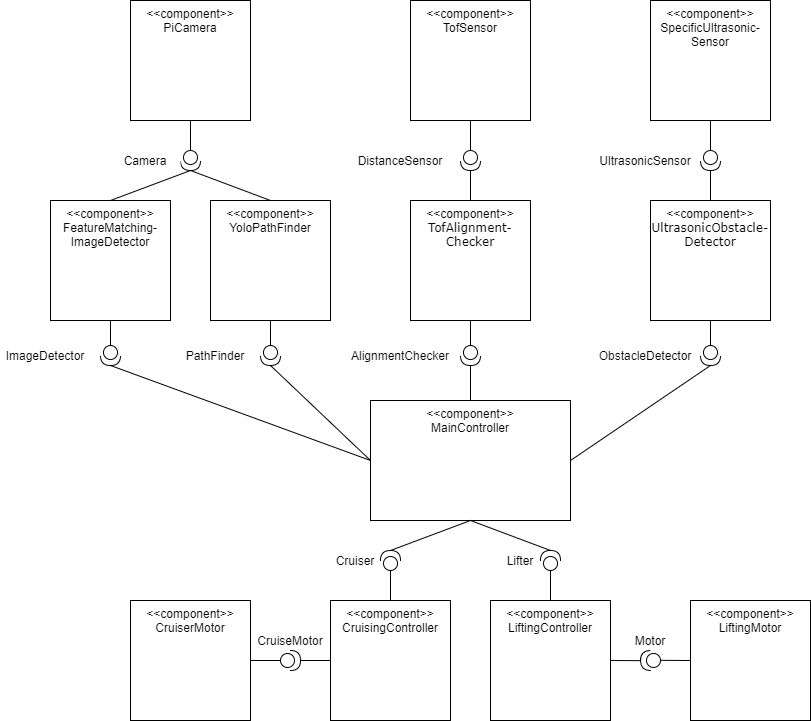
Earlier version of the draw.io export img/softwarearchitektur/Softwarearchitektur.png (randombenj/hslu-pren2-doc). Source tidied: cells renumbered, new cells last; positions are measured from the earlier drawing's top-left corner, leaving out a move shared by most shapes.
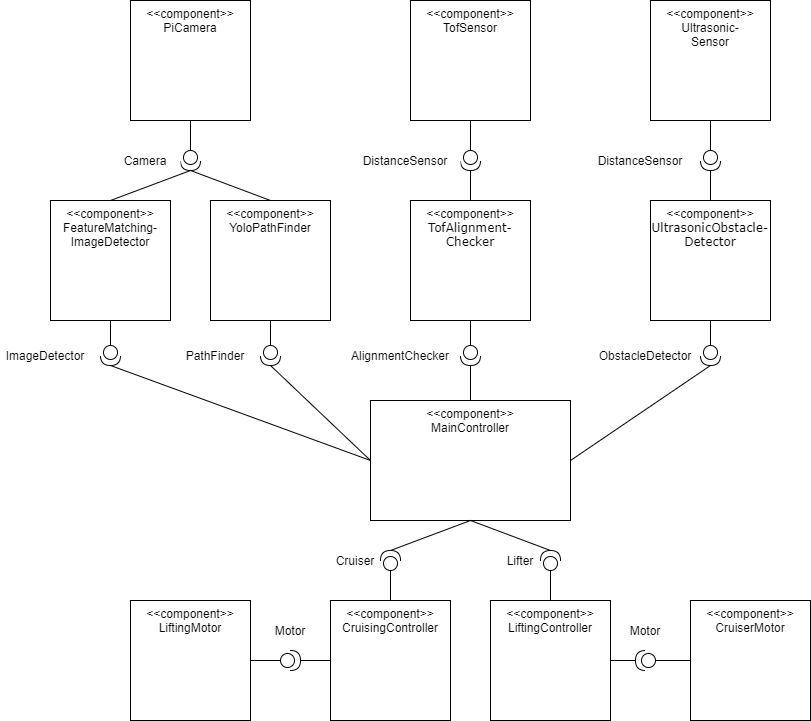
The same diagram one commit later.

The edit, as a diff of the source:
```diff
@@ -23,9 +23,6 @@
     <mxCell id="8" value="Lifter" style="text;html=1;strokeColor=none;fillColor=none;align=center;verticalAlign=middle;whiteSpace=wrap;rounded=0;" parent="1" vertex="1">
       <mxGeometry x="500" y="550" width="40" height="20" as="geometry" />
     </mxCell>
-    <mxCell id="9" value="CruiseMotor" style="text;html=1;strokeColor=none;fillColor=none;align=center;verticalAlign=middle;whiteSpace=wrap;rounded=0;" parent="1" vertex="1">
-      <mxGeometry x="265" y="630" width="50" height="20" as="geometry" />
-    </mxCell>
     <mxCell id="10" style="edgeStyle=none;rounded=0;jettySize=auto;html=1;entryX=0;entryY=0.5;entryDx=0;entryDy=0;entryPerimeter=0;endArrow=none;endFill=0;" parent="1" edge="1" source="12" target="19">
       <mxGeometry relative="1" as="geometry" />
     </mxCell>
@@ -68,9 +65,6 @@
     <mxCell id="23" style="shape=providedRequiredInterface;html=1;verticalLabelPosition=bottom;rotation=90;" parent="1" vertex="1">
       <mxGeometry x="700" y="345" width="20" height="20" as="geometry" />
     </mxCell>
-    <mxCell id="24" style="edgeStyle=none;rounded=0;jettySize=auto;html=1;exitX=1;exitY=0.5;exitDx=0;exitDy=0;entryX=1;entryY=0.5;entryDx=0;entryDy=0;entryPerimeter=0;endArrow=none;endFill=0;" parent="1" edge="1" source="25" target="58">
-      <mxGeometry relative="1" as="geometry" />
-    </mxCell>
     <mxCell id="25" value="&amp;lt;&amp;lt;component&amp;gt;&amp;gt;&lt;br&gt;LiftingController" style="rounded=0;whiteSpace=wrap;html=1;verticalAlign=top;" parent="1" vertex="1">
       <mxGeometry x="490" y="600" width="120" height="120" as="geometry" />
     </mxCell>
@@ -80,9 +74,6 @@
     <mxCell id="27" style="edgeStyle=none;rounded=0;jettySize=auto;html=1;entryX=1;entryY=0.5;entryDx=0;entryDy=0;entryPerimeter=0;endArrow=none;endFill=0;exitX=0.5;exitY=1;exitDx=0;exitDy=0;" parent="1" edge="1" source="3" target="7">
       <mxGeometry relative="1" as="geometry" />
     </mxCell>
-    <mxCell id="28" value="UltrasonicSensor" style="text;html=1;align=center;verticalAlign=middle;whiteSpace=wrap;rounded=0;fillColor=#ffffff;" parent="1" vertex="1">
-      <mxGeometry x="590" y="150" width="110" height="20" as="geometry" />
-    </mxCell>
     <mxCell id="29" value="PathFinder" style="text;html=1;align=center;verticalAlign=middle;whiteSpace=wrap;rounded=0;fillColor=#ffffff;" parent="1" vertex="1">
       <mxGeometry x="180" y="345" width="70" height="20" as="geometry" />
     </mxCell>
@@ -92,9 +83,6 @@
     <mxCell id="31" value="ObstacleDetector" style="text;html=1;align=center;verticalAlign=middle;whiteSpace=wrap;rounded=0;fillColor=#ffffff;" parent="1" vertex="1">
       <mxGeometry x="595" y="345" width="100" height="20" as="geometry" />
     </mxCell>
-    <mxCell id="32" style="edgeStyle=none;rounded=0;jettySize=auto;html=1;exitX=0;exitY=0.5;exitDx=0;exitDy=0;entryX=1;entryY=0.5;entryDx=0;entryDy=0;entryPerimeter=0;endArrow=none;endFill=0;" parent="1" edge="1" source="33" target="56">
-      <mxGeometry relative="1" as="geometry" />
-    </mxCell>
     <mxCell id="33" value="&amp;lt;&amp;lt;component&amp;gt;&amp;gt;&lt;br&gt;CruisingController" style="rounded=0;whiteSpace=wrap;html=1;verticalAlign=top;" parent="1" vertex="1">
       <mxGeometry x="330" y="600" width="120" height="120" as="geometry" />
     </mxCell>
@@ -136,7 +124,7 @@
     <mxCell id="45" style="edgeStyle=none;rounded=0;jettySize=auto;html=1;entryX=0;entryY=0.5;entryDx=0;entryDy=0;entryPerimeter=0;endArrow=none;endFill=0;" parent="1" edge="1" source="46" target="50">
       <mxGeometry relative="1" as="geometry" />
     </mxCell>
-    <mxCell id="46" value="&amp;lt;&amp;lt;component&amp;gt;&amp;gt;&lt;br&gt;SpecificUltrasonic-&lt;br&gt;Sensor" style="rounded=0;whiteSpace=wrap;html=1;verticalAlign=top;" parent="1" vertex="1">
+    <mxCell id="46" value="&amp;lt;&amp;lt;component&amp;gt;&amp;gt;&lt;br&gt;Ultrasonic-&lt;br&gt;Sensor" style="rounded=0;whiteSpace=wrap;html=1;verticalAlign=top;" parent="1" vertex="1">
       <mxGeometry x="650" width="120" height="120" as="geometry" />
     </mxCell>
     <mxCell id="47" style="edgeStyle=none;rounded=0;jettySize=auto;html=1;exitX=1;exitY=0.5;exitDx=0;exitDy=0;exitPerimeter=0;entryX=0.5;entryY=0;entryDx=0;entryDy=0;endArrow=none;endFill=0;" parent="1" edge="1" source="48" target="14">
@@ -155,31 +143,43 @@
       <mxGeometry x="345" y="345" width="110" height="20" as="geometry" />
     </mxCell>
     <mxCell id="52" value="DistanceSensor" style="text;html=1;align=center;verticalAlign=middle;whiteSpace=wrap;rounded=0;fillColor=#ffffff;" parent="1" vertex="1">
-      <mxGeometry x="345" y="150" width="110" height="20" as="geometry" />
+      <mxGeometry x="585" y="150" width="110" height="20" as="geometry" />
     </mxCell>
+    <mxCell id="61" style="edgeStyle=none;rounded=0;jettySize=auto;html=1;exitX=0;exitY=0.5;exitDx=0;exitDy=0;entryX=0;entryY=0.5;entryDx=0;entryDy=0;entryPerimeter=0;endArrow=none;endFill=0;" parent="1" edge="1" source="53" target="58">
+      <mxGeometry relative="1" as="geometry" />
+    </mxCell>
     <mxCell id="53" value="&amp;lt;&amp;lt;component&amp;gt;&amp;gt;&lt;br&gt;CruiserMotor" style="rounded=0;whiteSpace=wrap;html=1;verticalAlign=top;" parent="1" vertex="1">
-      <mxGeometry x="130" y="600" width="120" height="120" as="geometry" />
+      <mxGeometry x="690" y="600" width="120" height="120" as="geometry" />
     </mxCell>
-    <mxCell id="54" value="&amp;lt;&amp;lt;component&amp;gt;&amp;gt;&lt;br&gt;LiftingMotor" style="rounded=0;whiteSpace=wrap;html=1;verticalAlign=top;" parent="1" vertex="1">
-      <mxGeometry x="690" y="600" width="120" height="120" as="geometry" />
-    </mxCell>
-    <mxCell id="55" style="edgeStyle=none;rounded=0;jettySize=auto;html=1;exitX=0;exitY=0.5;exitDx=0;exitDy=0;exitPerimeter=0;entryX=1;entryY=0.5;entryDx=0;entryDy=0;endArrow=none;endFill=0;" parent="1" edge="1" source="56" target="53">
-      <mxGeometry relative="1" as="geometry" />
-    </mxCell>
-    <mxCell id="56" style="shape=providedRequiredInterface;html=1;verticalLabelPosition=bottom;rotation=0;" parent="1" vertex="1">
-      <mxGeometry x="280" y="650" width="20" height="20" as="geometry" />
-    </mxCell>
-    <mxCell id="57" style="edgeStyle=none;rounded=0;jettySize=auto;html=1;exitX=0;exitY=0.5;exitDx=0;exitDy=0;exitPerimeter=0;entryX=0;entryY=0.5;entryDx=0;entryDy=0;endArrow=none;endFill=0;" parent="1" edge="1" source="58" target="54">
-      <mxGeometry relative="1" as="geometry" />
-    </mxCell>
+    <mxCell id="62" style="edgeStyle=none;rounded=0;jettySize=auto;html=1;exitX=1;exitY=0.5;exitDx=0;exitDy=0;exitPerimeter=0;entryX=1;entryY=0.5;entryDx=0;entryDy=0;endArrow=none;endFill=0;" parent="1" edge="1" source="58" target="25">
+      <mxGeometry relative="1" as="geometry" />
+    </mxCell>
-    <mxCell id="58" style="shape=providedRequiredInterface;html=1;verticalLabelPosition=bottom;rotation=-181;" parent="1" vertex="1">
-      <mxGeometry x="640" y="650" width="20" height="20" as="geometry" />
+    <mxCell id="58" style="shape=providedRequiredInterface;html=1;verticalLabelPosition=bottom;rotation=-180;" parent="1" vertex="1">
+      <mxGeometry x="635" y="650" width="20" height="20" as="geometry" />
     </mxCell>
     <mxCell id="59" value="Cruiser" style="text;html=1;strokeColor=none;fillColor=none;align=center;verticalAlign=middle;whiteSpace=wrap;rounded=0;" parent="1" vertex="1">
       <mxGeometry x="330" y="550" width="50" height="20" as="geometry" />
     </mxCell>
-    <mxCell id="60" value="Motor" style="text;html=1;strokeColor=none;fillColor=none;align=center;verticalAlign=middle;whiteSpace=wrap;rounded=0;" parent="1" vertex="1">
-      <mxGeometry x="625" y="630" width="50" height="20" as="geometry" />
-    </mxCell>
+    <mxCell id="63" value="Motor" style="text;html=1;strokeColor=none;fillColor=none;align=center;verticalAlign=middle;whiteSpace=wrap;rounded=0;" parent="1" vertex="1">
+      <mxGeometry x="620" y="620" width="50" height="20" as="geometry" />
+    </mxCell>
+    <mxCell id="64" value="DistanceSensor" style="text;html=1;align=center;verticalAlign=middle;whiteSpace=wrap;rounded=0;fillColor=#ffffff;" parent="1" vertex="1">
+      <mxGeometry x="350" y="150" width="110" height="20" as="geometry" />
+    </mxCell>
+    <mxCell id="65" style="edgeStyle=none;rounded=0;jettySize=auto;html=1;exitX=1;exitY=0.5;exitDx=0;exitDy=0;exitPerimeter=0;entryX=0;entryY=0.5;entryDx=0;entryDy=0;endArrow=none;endFill=0;" parent="1" edge="1" source="56" target="33">
+      <mxGeometry relative="1" as="geometry" />
+    </mxCell>
+    <mxCell id="56" style="shape=providedRequiredInterface;html=1;verticalLabelPosition=bottom;rotation=0;" parent="1" vertex="1">
+      <mxGeometry x="280" y="650" width="20" height="20" as="geometry" />
+    </mxCell>
+    <mxCell id="66" style="edgeStyle=none;rounded=0;jettySize=auto;html=1;exitX=1;exitY=0.5;exitDx=0;exitDy=0;entryX=0;entryY=0.5;entryDx=0;entryDy=0;entryPerimeter=0;endArrow=none;endFill=0;" parent="1" edge="1" source="54" target="56">
+      <mxGeometry relative="1" as="geometry" />
+    </mxCell>
+    <mxCell id="54" value="&amp;lt;&amp;lt;component&amp;gt;&amp;gt;&lt;br&gt;LiftingMotor" style="rounded=0;whiteSpace=wrap;html=1;verticalAlign=top;" parent="1" vertex="1">
+      <mxGeometry x="130" y="600" width="120" height="120" as="geometry" />
+    </mxCell>
+    <mxCell id="67" value="Motor" style="text;html=1;strokeColor=none;fillColor=none;align=center;verticalAlign=middle;whiteSpace=wrap;rounded=0;" parent="1" vertex="1">
+      <mxGeometry x="265" y="620" width="50" height="20" as="geometry" />
+    </mxCell>
   </root>
 </mxGraphModel>
```
